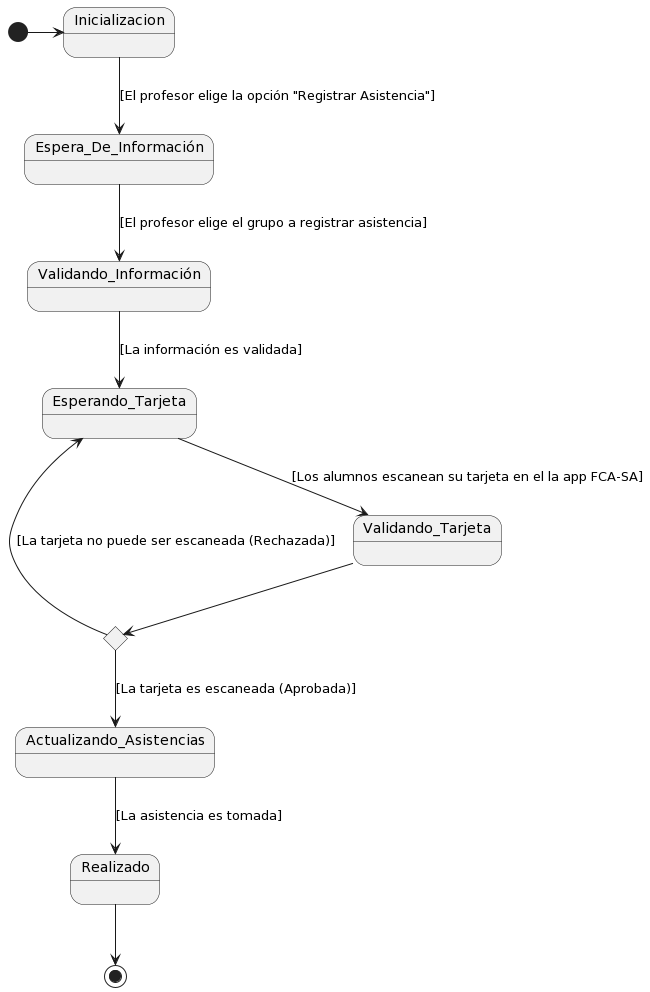
AngelGabriel02/Proyecto-Sistemas keeps this PlantUML diagram as Diseño/06_design/Diagrama_de_Estados/DE_001.png. Above is the earlier version.
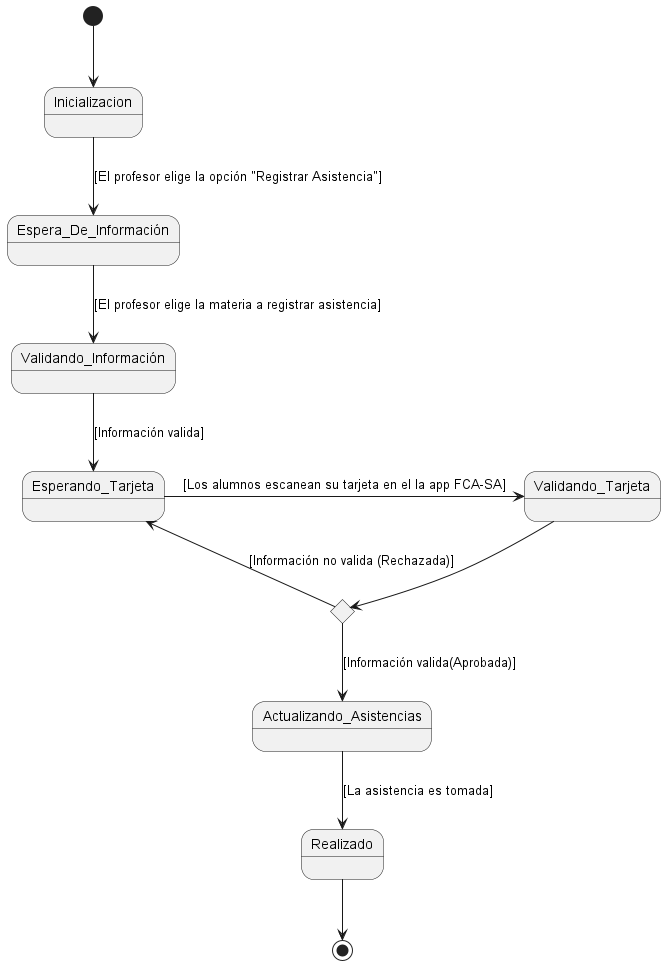
The same diagram one commit later.

Commit message:
FCA SA: Diagrama de Estados

Diff of the diagram source:
```diff
@@ -1,24 +1,26 @@
-@startuml
+@startuml DE_001
+
 state c1 <<choice>>
 
-[*] -> Inicializacion
+[*] -down-> Inicializacion
 
-Inicializacion --> Espera_De_Información : [El profesor elige la opción "Registrar Asistencia"]
+Inicializacion -down-> Espera_De_Información : [El profesor elige la opción "Registrar Asistencia"]
 
 
-Espera_De_Información --> Validando_Información : [El profesor elige el grupo a registrar asistencia]
+Espera_De_Información -down-> Validando_Información : [El profesor elige la materia a registrar asistencia]
 
-Validando_Información --> Esperando_Tarjeta : [La información es validada]
+Validando_Información -down-> Esperando_Tarjeta : [Información valida]
 
-Esperando_Tarjeta --> Validando_Tarjeta : [Los alumnos escanean su tarjeta en el la app FCA-SA]
+Esperando_Tarjeta -> Validando_Tarjeta : [Los alumnos escanean su tarjeta en el la app FCA-SA]
 
-Validando_Tarjeta --> c1
+Validando_Tarjeta -down-> c1
 
-c1 --> Esperando_Tarjeta : [La tarjeta no puede ser escaneada (Rechazada)]
+c1 -> Esperando_Tarjeta : [Información no valida (Rechazada)]
 
-c1 --> Actualizando_Asistencias : [La tarjeta es escaneada (Aprobada)]
+c1 -down-> Actualizando_Asistencias : [Información valida(Aprobada)]
 
-Actualizando_Asistencias --> Realizado : [La asistencia es tomada]
+Actualizando_Asistencias -down-> Realizado : [La asistencia es tomada]
 
-Realizado --> [*]
+Realizado -down-> [*]
+
 @enduml
```
